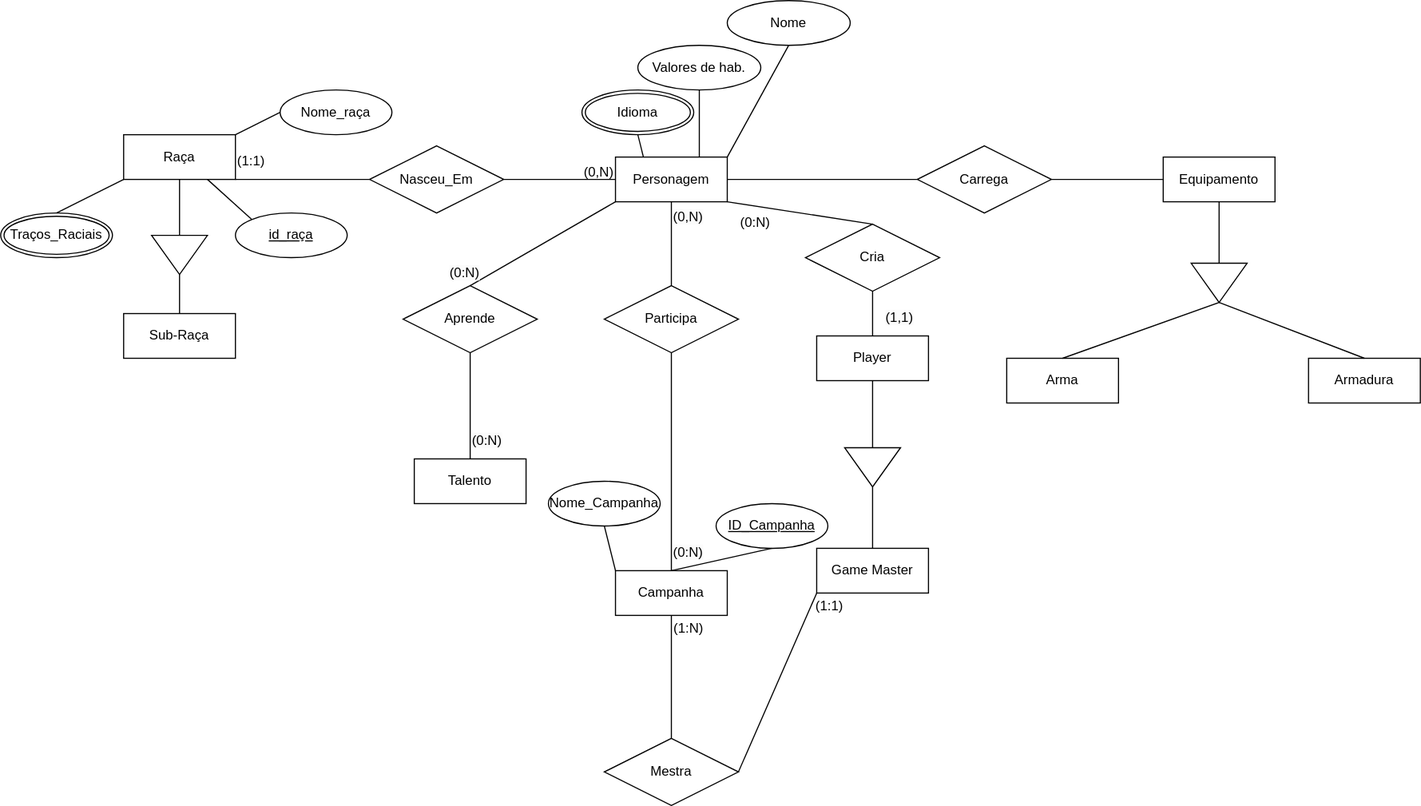
This is Diagrama sem nome.drawio.svg from VitorFonseca123/DnD-RPG, a draw.io export, as it was before one commit. Source tidied: cells renumbered, new cells last; positions are measured from the earlier drawing's top-left corner, leaving out a move shared by most shapes.
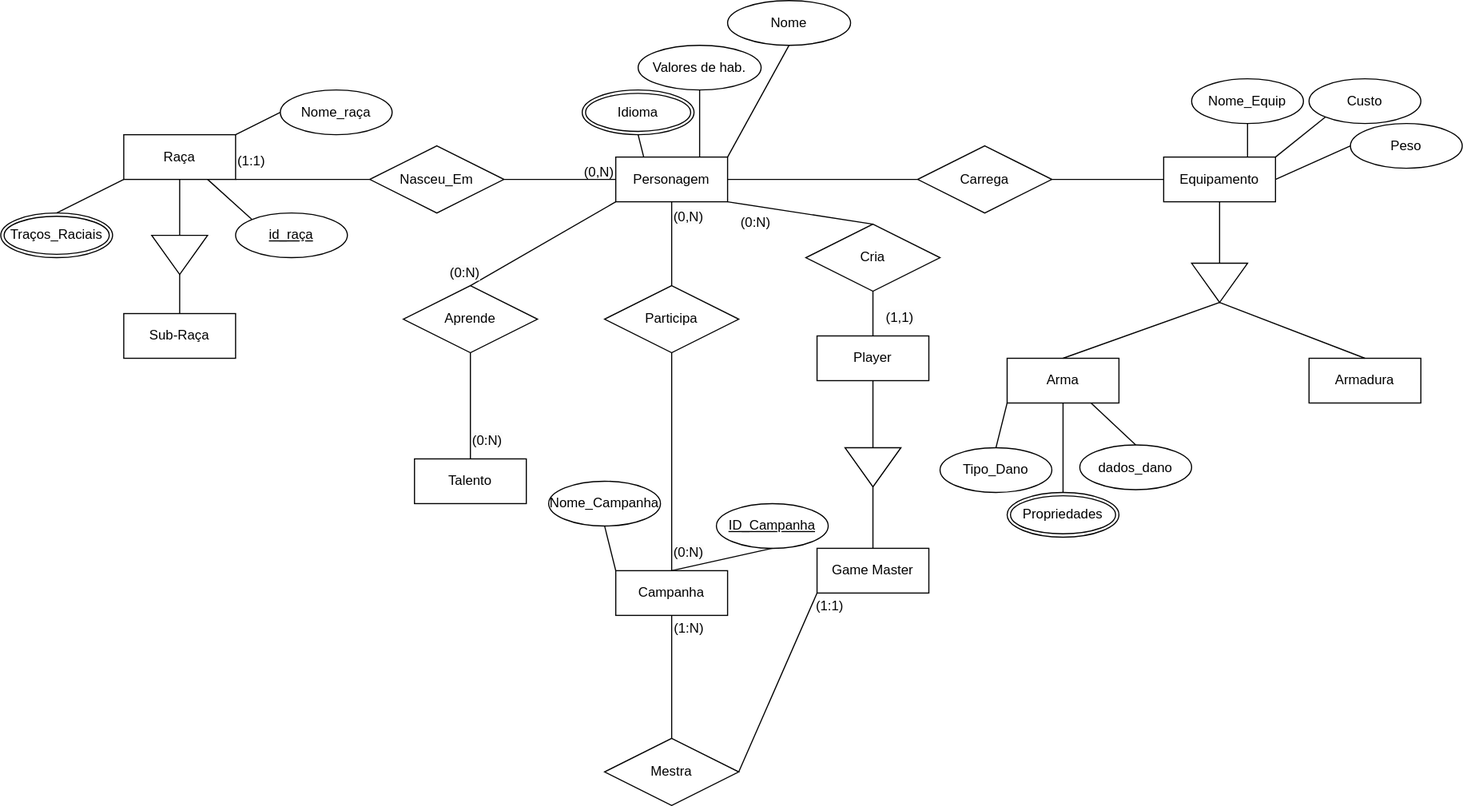
The same file after the commit.

The edit, as a diff of the source:
```diff
@@ -196,5 +196,41 @@
     <mxCell id="65" style="endArrow=none;html=1;rounded=0;exitX=0;exitY=0;exitDx=25;exitDy=0;exitPerimeter=0;entryX=0.5;entryY=0;entryDx=0;entryDy=0;" parent="1" edge="1" source="60" target="62">
       <mxGeometry relative="1" as="geometry" />
     </mxCell>
+    <mxCell id="66" value="Nome_Equip" style="ellipse;whiteSpace=wrap;html=1;align=center;" parent="1" vertex="1">
+      <mxGeometry x="1065" y="70" width="100" height="40" as="geometry" />
+    </mxCell>
+    <mxCell id="67" value="Custo" style="ellipse;whiteSpace=wrap;html=1;align=center;" parent="1" vertex="1">
+      <mxGeometry x="1170" y="70" width="100" height="40" as="geometry" />
+    </mxCell>
+    <mxCell id="68" value="Peso" style="ellipse;whiteSpace=wrap;html=1;align=center;" parent="1" vertex="1">
+      <mxGeometry x="1207" y="110" width="100" height="40" as="geometry" />
+    </mxCell>
+    <mxCell id="69" style="endArrow=none;html=1;rounded=0;exitX=0.5;exitY=1;exitDx=0;exitDy=0;entryX=0.75;entryY=0;entryDx=0;entryDy=0;" parent="1" edge="1" source="66" target="56">
+      <mxGeometry relative="1" as="geometry" />
+    </mxCell>
+    <mxCell id="70" style="endArrow=none;html=1;rounded=0;exitX=0;exitY=1;exitDx=0;exitDy=0;entryX=1;entryY=0;entryDx=0;entryDy=0;" parent="1" edge="1" source="67" target="56">
+      <mxGeometry relative="1" as="geometry" />
+    </mxCell>
+    <mxCell id="71" style="endArrow=none;html=1;rounded=0;exitX=0;exitY=0.5;exitDx=0;exitDy=0;entryX=1;entryY=0.5;entryDx=0;entryDy=0;" parent="1" edge="1" source="68" target="56">
+      <mxGeometry relative="1" as="geometry" />
+    </mxCell>
+    <mxCell id="72" value="Tipo_Dano" style="ellipse;whiteSpace=wrap;html=1;align=center;" parent="1" vertex="1">
+      <mxGeometry x="840" y="400" width="100" height="40" as="geometry" />
+    </mxCell>
+    <mxCell id="73" style="endArrow=none;html=1;rounded=0;exitX=0.5;exitY=0;exitDx=0;exitDy=0;entryX=0;entryY=1;entryDx=0;entryDy=0;" parent="1" edge="1" source="72" target="63">
+      <mxGeometry relative="1" as="geometry" />
+    </mxCell>
+    <mxCell id="74" value="dados_dano" style="ellipse;whiteSpace=wrap;html=1;align=center;" parent="1" vertex="1">
+      <mxGeometry x="965" y="397.5" width="100" height="40" as="geometry" />
+    </mxCell>
+    <mxCell id="75" style="endArrow=none;html=1;rounded=0;exitX=0.5;exitY=0;exitDx=0;exitDy=0;entryX=0.75;entryY=1;entryDx=0;entryDy=0;" parent="1" edge="1" source="74" target="63">
+      <mxGeometry relative="1" as="geometry" />
+    </mxCell>
+    <mxCell id="76" value="Propriedades" style="ellipse;shape=doubleEllipse;margin=3;whiteSpace=wrap;html=1;align=center;" parent="1" vertex="1">
+      <mxGeometry x="900" y="440" width="100" height="40" as="geometry" />
+    </mxCell>
+    <mxCell id="77" style="endArrow=none;html=1;rounded=0;exitX=0.5;exitY=0;exitDx=0;exitDy=0;entryX=0.5;entryY=1;entryDx=0;entryDy=0;" parent="1" edge="1" source="76" target="63">
+      <mxGeometry relative="1" as="geometry" />
+    </mxCell>
   </root>
 </mxGraphModel>
```
